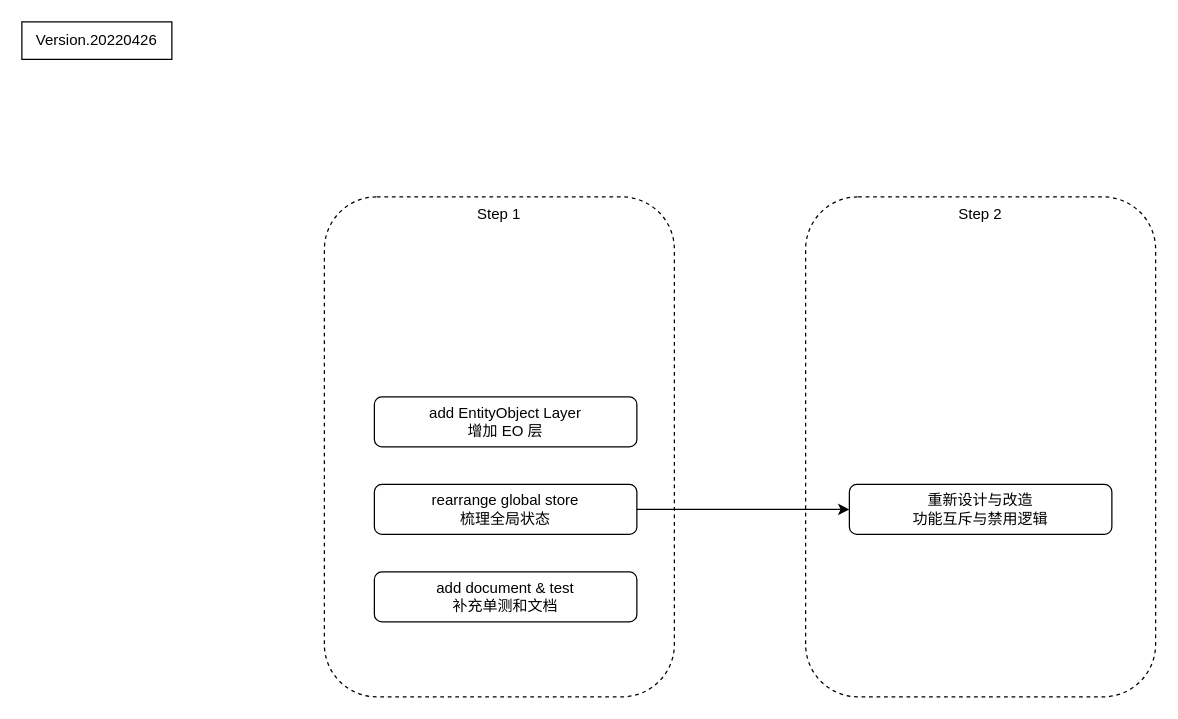
fqd511/charts keeps this draw.io diagram as xk/refactor_roadmap_202204.drawio. Above is the earlier version. Source tidied: cells renumbered, new cells numbered last; positions are measured from the earlier drawing's top-left corner, leaving out a move shared by most shapes. Both pictures are drawn from the tidied source at 125%, with x=0, y=0 at pixel (21, 21).
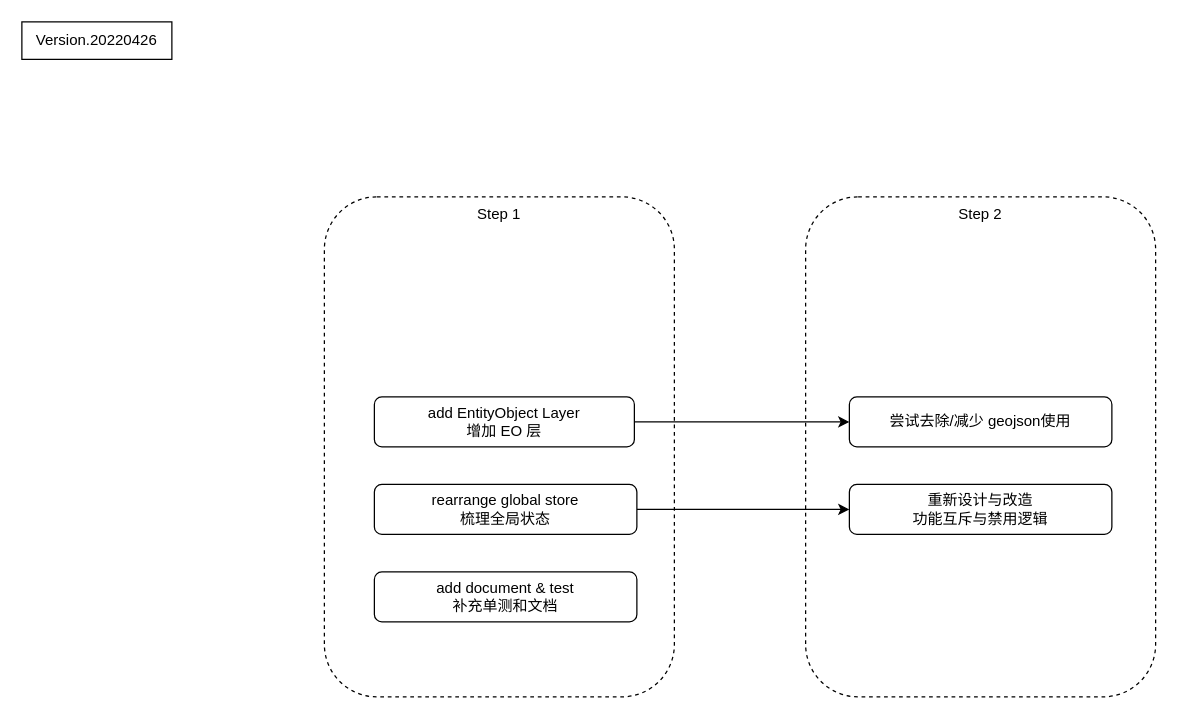
The same page after the edit.

Commit message:
Update refactor_roadmap_202204.drawio: add removing geojson

Change to the diagram source:
```diff
@@
 <mxGraphModel>
   <root>
     <mxCell id="0" />
     <mxCell id="1" parent="0" />
     <mxCell id="2" value="Step 2" style="rounded=1;whiteSpace=wrap;html=1;fillColor=none;dashed=1;verticalAlign=top;" parent="1" vertex="1">
       <mxGeometry x="627" y="140" width="280" height="400" as="geometry" />
     </mxCell>
     <mxCell id="3" value="Step 1" style="rounded=1;whiteSpace=wrap;html=1;fillColor=none;dashed=1;verticalAlign=top;" parent="1" vertex="1">
       <mxGeometry x="242" y="140" width="280" height="400" as="geometry" />
     </mxCell>
+    <mxCell id="10" style="edgeStyle=orthogonalEdgeStyle;rounded=0;jettySize=auto;html=1;exitX=1;exitY=0.5;exitDx=0;exitDy=0;entryX=0;entryY=0.5;entryDx=0;entryDy=0;" parent="1" edge="1" source="4" target="11">
+      <mxGeometry relative="1" as="geometry" />
+    </mxCell>
     <mxCell id="4" value="add EntityObject Layer&lt;br&gt;增加 EO 层" style="rounded=1;whiteSpace=wrap;html=1;" parent="1" vertex="1">
-      <mxGeometry x="282" y="300" width="210" height="40" as="geometry" />
+      <mxGeometry x="282" y="300" width="208" height="40" as="geometry" />
     </mxCell>
     <mxCell id="5" style="edgeStyle=orthogonalEdgeStyle;rounded=0;jettySize=auto;html=1;entryX=0;entryY=0.5;entryDx=0;entryDy=0;" parent="1" edge="1" source="6" target="8">
       <mxGeometry relative="1" as="geometry" />
     </mxCell>
     <mxCell id="6" value="rearrange global store&lt;br&gt;梳理全局状态" style="rounded=1;whiteSpace=wrap;html=1;" parent="1" vertex="1">
       <mxGeometry x="282" y="370" width="210" height="40" as="geometry" />
     </mxCell>
     <mxCell id="7" value="add document &amp;amp; test&lt;br&gt;补充单测和文档" style="rounded=1;whiteSpace=wrap;html=1;" parent="1" vertex="1">
       <mxGeometry x="282" y="440" width="210" height="40" as="geometry" />
     </mxCell>
     <mxCell id="8" value="重新设计与改造&lt;br&gt;功能互斥与禁用逻辑" style="rounded=1;whiteSpace=wrap;html=1;" parent="1" vertex="1">
       <mxGeometry x="662" y="370" width="210" height="40" as="geometry" />
     </mxCell>
     <mxCell id="9" value="Version.20220426" style="rounded=0;whiteSpace=wrap;html=1;fillColor=none;" parent="1" vertex="1">
       <mxGeometry width="120" height="30" as="geometry" />
     </mxCell>
+    <mxCell id="11" value="尝试去除/减少 geojson使用" style="rounded=1;whiteSpace=wrap;html=1;" parent="1" vertex="1">
+      <mxGeometry x="662" y="300" width="210" height="40" as="geometry" />
+    </mxCell>
   </root>
 </mxGraphModel>
```
